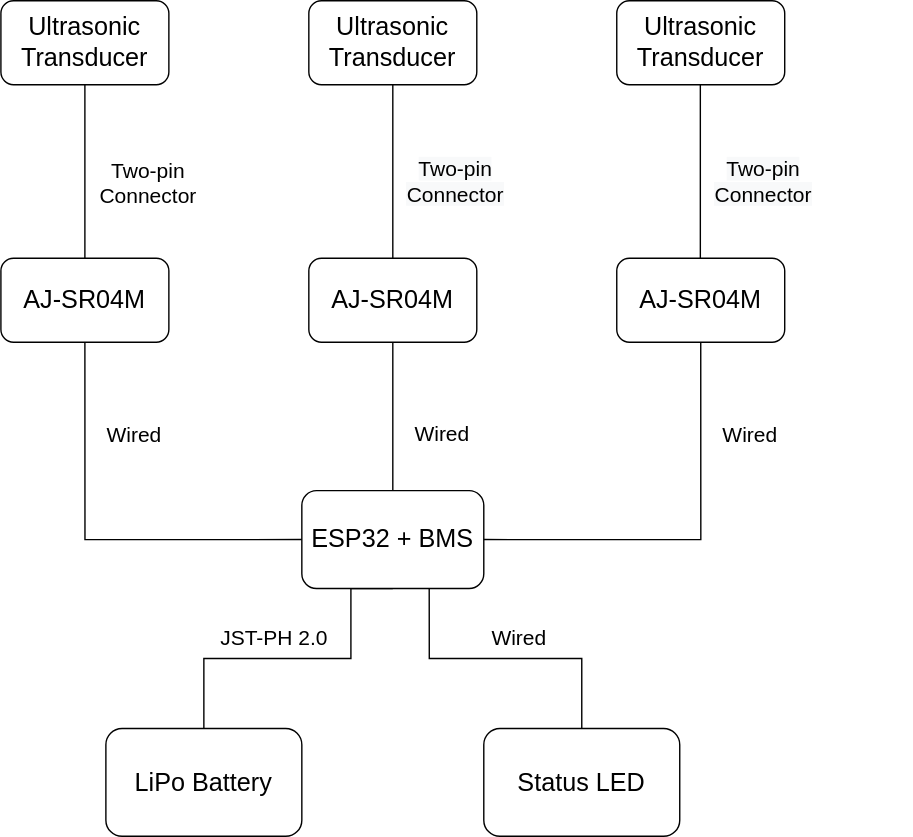
Before: SailTrack Wind/block-diagram.svg, a diagram exported from draw.io (metisvela/sailtrack). Source tidied: cells renumbered, new cells last; positions are measured from the earlier drawing's top-left corner, leaving out a move shared by most shapes.
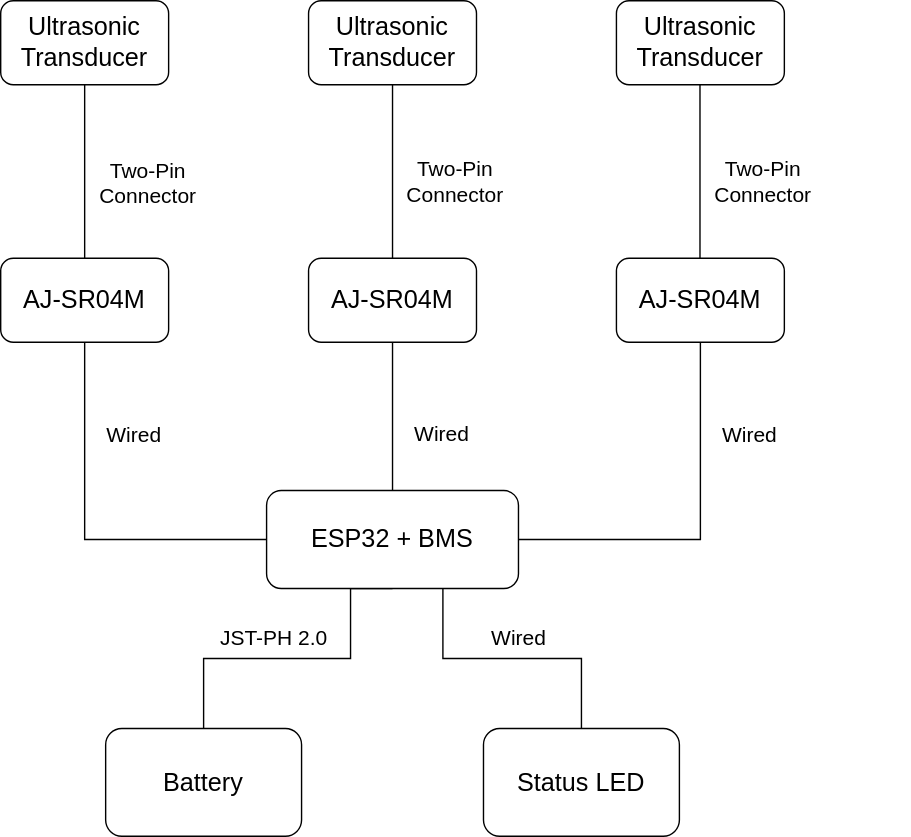
After the commit.

Diff of the diagram source:
```diff
@@ -15,7 +15,7 @@
       </mxGeometry>
     </mxCell>
     <mxCell id="4" value="&lt;font style=&quot;font-size: 18px&quot;&gt;ESP32 + BMS&lt;/font&gt;" style="rounded=1;whiteSpace=wrap;html=1;fontSize=16;" parent="2" vertex="1">
-      <mxGeometry x="215" y="350" width="130" height="70" as="geometry" />
+      <mxGeometry x="190" y="350" width="180" height="70" as="geometry" />
     </mxCell>
     <mxCell id="5" value="&lt;font style=&quot;font-size: 18px&quot;&gt;AJ-SR04M&lt;/font&gt;" style="rounded=1;whiteSpace=wrap;html=1;fontSize=16;" parent="2" vertex="1">
       <mxGeometry y="184" width="120" height="60" as="geometry" />
@@ -47,16 +47,16 @@
     <mxCell id="14" value="&lt;font style=&quot;font-size: 18px&quot;&gt;Ultrasonic Transducer&lt;/font&gt;" style="rounded=1;whiteSpace=wrap;html=1;fontSize=16;" parent="2" vertex="1">
       <mxGeometry x="440" width="120" height="60" as="geometry" />
     </mxCell>
-    <mxCell id="15" value="&lt;span style=&quot;font-size: 18px&quot;&gt;LiPo Battery&lt;/span&gt;" style="rounded=1;whiteSpace=wrap;html=1;fontSize=16;" parent="2" vertex="1">
+    <mxCell id="15" value="&lt;span style=&quot;font-size: 18px&quot;&gt;Battery&lt;/span&gt;" style="rounded=1;whiteSpace=wrap;html=1;fontSize=16;" parent="2" vertex="1">
       <mxGeometry x="75" y="520" width="140" height="77" as="geometry" />
     </mxCell>
-    <mxCell id="16" value="&lt;font style=&quot;font-size: 15px&quot;&gt;Two-pin &lt;br&gt;Connector&lt;/font&gt;" style="text;html=1;align=center;verticalAlign=middle;fillColor=none;strokeColor=none;rounded=0;" parent="2" vertex="1">
-      <mxGeometry x="60" y="115" width="90" height="30" as="geometry" />
+    <mxCell id="16" value="&lt;font style=&quot;font-size: 15px&quot;&gt;Two-Pin &lt;br&gt;Connector&lt;/font&gt;" style="text;html=1;align=center;verticalAlign=middle;fillColor=none;strokeColor=none;rounded=0;" parent="2" vertex="1">
+      <mxGeometry x="65" y="110" width="80" height="40" as="geometry" />
     </mxCell>
-    <mxCell id="17" value="&lt;span style=&quot;color: rgb(0 , 0 , 0) ; font-family: &amp;#34;helvetica&amp;#34; ; font-size: 15px ; font-style: normal ; font-weight: 400 ; letter-spacing: normal ; text-indent: 0px ; text-transform: none ; word-spacing: 0px ; background-color: rgb(248 , 249 , 250) ; display: inline ; float: none&quot;&gt;Two-pin &lt;br&gt;Connector&lt;/span&gt;" style="text;whiteSpace=wrap;html=1;align=center;" parent="2" vertex="1">
+    <mxCell id="17" value="&lt;span style=&quot;color: rgb(0, 0, 0); font-family: helvetica; font-size: 15px; font-style: normal; font-weight: 400; letter-spacing: normal; text-indent: 0px; text-transform: none; word-spacing: 0px; display: inline; float: none;&quot;&gt;Two-Pin &lt;br&gt;Connector&lt;/span&gt;" style="text;whiteSpace=wrap;html=1;align=center;labelBackgroundColor=none;" parent="2" vertex="1">
       <mxGeometry x="290" y="105" width="70" height="30" as="geometry" />
     </mxCell>
-    <mxCell id="18" value="&lt;span style=&quot;color: rgb(0 , 0 , 0) ; font-family: &amp;#34;helvetica&amp;#34; ; font-size: 15px ; font-style: normal ; font-weight: 400 ; letter-spacing: normal ; text-indent: 0px ; text-transform: none ; word-spacing: 0px ; background-color: rgb(248 , 249 , 250) ; display: inline ; float: none&quot;&gt;Two-pin &lt;br&gt;Connector&lt;/span&gt;" style="text;whiteSpace=wrap;html=1;align=center;" parent="2" vertex="1">
+    <mxCell id="18" value="&lt;span style=&quot;color: rgb(0, 0, 0); font-family: helvetica; font-size: 15px; font-style: normal; font-weight: 400; letter-spacing: normal; text-indent: 0px; text-transform: none; word-spacing: 0px; display: inline; float: none;&quot;&gt;Two-Pin &lt;br&gt;Connector&lt;/span&gt;" style="text;whiteSpace=wrap;html=1;align=center;labelBackgroundColor=none;" parent="2" vertex="1">
       <mxGeometry x="510" y="105" width="70" height="30" as="geometry" />
     </mxCell>
     <mxCell id="19" value="&lt;font style=&quot;font-size: 15px&quot;&gt;Wired&lt;/font&gt;" style="text;html=1;align=center;verticalAlign=middle;fillColor=none;strokeColor=none;rounded=0;" parent="2" vertex="1">
```
